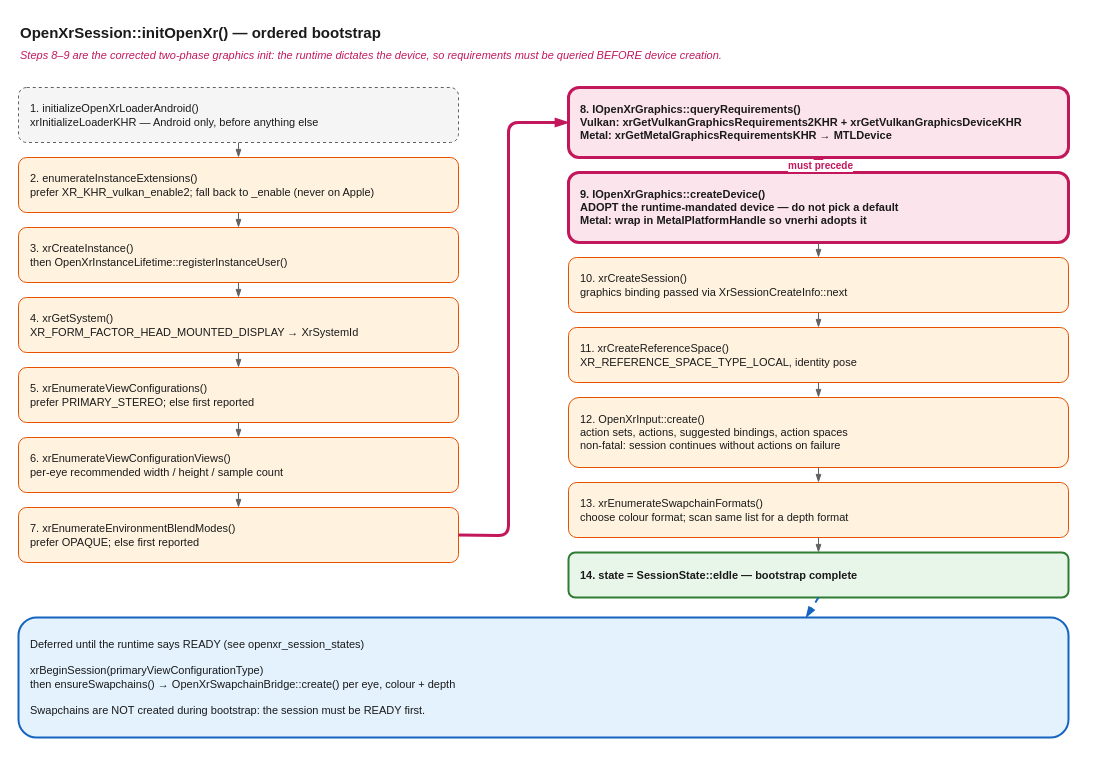
vertexnova/vnexr keeps this draw.io diagram as docs/vertexnova/xr/diagrams/openxr_bootstrap.drawio. Above is the earlier version. Source tidied: cells renumbered, new cells numbered last; positions are measured from the earlier drawing's top-left corner, leaving out a move shared by most shapes. Both pictures are drawn from the tidied source at 100%, with x=0, y=0 at pixel (18, 17).
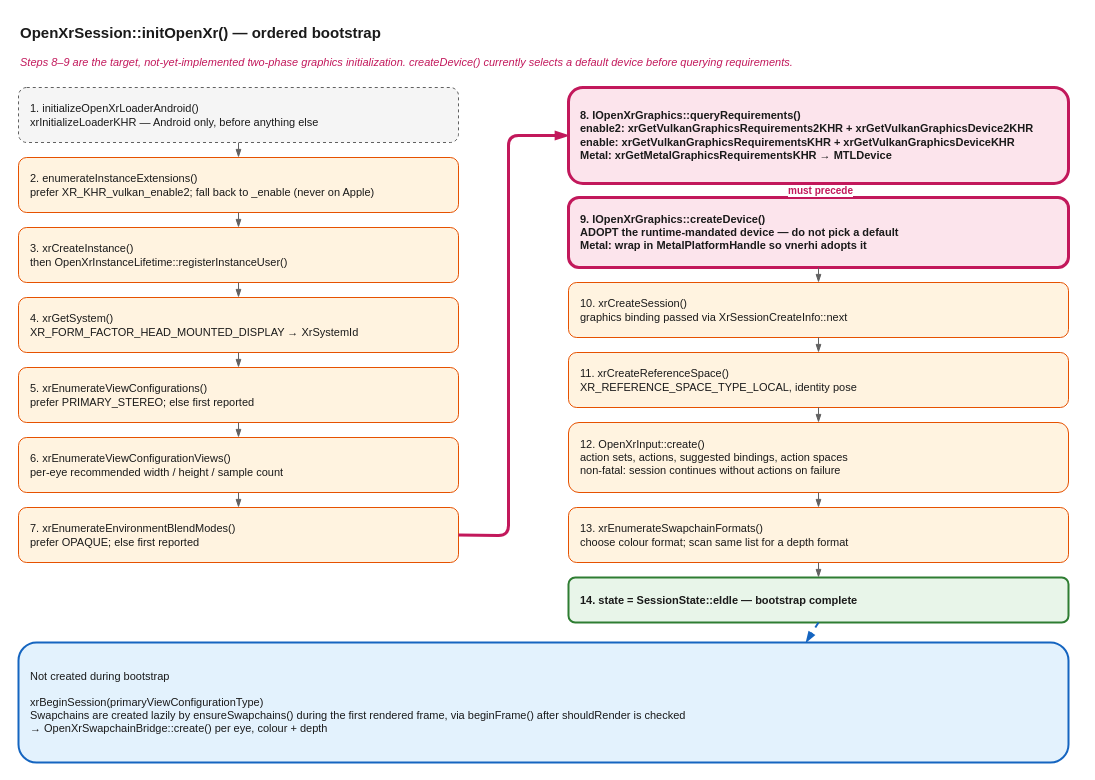
Above is the later version.

Commit message (it also covers changes not shown here):
Enhance OpenXR session management and update diagrams

The change refers to these unchanged cells:
```xml
<mxCell id="10" value="7. xrEnumerateEnvironmentBlendModes()&#10;prefer OPAQUE; else first reported" style="rounded=1;whiteSpace=wrap;html=1;fillColor=#fff3e0;strokeColor=#e65100;fontSize=11;align=left;spacingLeft=10;fontColor=#1a1a1a;" parent="1" vertex="1">
  <mxGeometry y="490" width="440" height="55" as="geometry" />
</mxCell>
```

Diff of the diagram source:
```diff
@@
-    <mxCell id="3" value="Steps 8–9 are the corrected two-phase graphics init: the runtime dictates the device, so requirements must be queried BEFORE device creation." style="text;html=1;align=left;verticalAlign=middle;fontSize=11;fontStyle=2;fontColor=#c2185b;" parent="1" vertex="1">
-      <mxGeometry y="28" width="1060" height="20" as="geometry" />
+    <mxCell id="3" value="Steps 8–9 are the target, not-yet-implemented two-phase graphics initialization. createDevice() currently selects a default device before querying requirements." style="text;html=1;align=left;verticalAlign=middle;fontSize=11;fontStyle=2;fontColor=#c2185b;" parent="1" vertex="1">
+      <mxGeometry y="28" width="1060" height="34" as="geometry" />
     </mxCell>
@@
-    <mxCell id="11" value="8. IOpenXrGraphics::queryRequirements()&#10;Vulkan: xrGetVulkanGraphicsRequirements2KHR + xrGetVulkanGraphicsDeviceKHR&#10;Metal:  xrGetMetalGraphicsRequirementsKHR → MTLDevice" style="rounded=1;whiteSpace=wrap;html=1;fillColor=#fce4ec;strokeColor=#c2185b;strokeWidth=3;fontSize=11;align=left;spacingLeft=10;fontStyle=1;fontColor=#1a1a1a;" parent="1" vertex="1">
-      <mxGeometry x="550" y="70" width="500" height="70" as="geometry" />
+    <mxCell id="11" value="8. IOpenXrGraphics::queryRequirements()&#10;enable2: xrGetVulkanGraphicsRequirements2KHR + xrGetVulkanGraphicsDevice2KHR&#10;enable: xrGetVulkanGraphicsRequirementsKHR + xrGetVulkanGraphicsDeviceKHR&#10;Metal:  xrGetMetalGraphicsRequirementsKHR → MTLDevice" style="rounded=1;whiteSpace=wrap;html=1;fillColor=#fce4ec;strokeColor=#c2185b;strokeWidth=3;fontSize=11;align=left;spacingLeft=10;fontStyle=1;fontColor=#1a1a1a;" parent="1" vertex="1">
+      <mxGeometry x="550" y="70" width="500" height="96" as="geometry" />
     </mxCell>
     <mxCell id="12" value="9. IOpenXrGraphics::createDevice()&#10;ADOPT the runtime-mandated device — do not pick a default&#10;Metal: wrap in MetalPlatformHandle so vnerhi adopts it" style="rounded=1;whiteSpace=wrap;html=1;fillColor=#fce4ec;strokeColor=#c2185b;strokeWidth=3;fontSize=11;align=left;spacingLeft=10;fontStyle=1;fontColor=#1a1a1a;" parent="1" vertex="1">
-      <mxGeometry x="550" y="155" width="500" height="70" as="geometry" />
+      <mxGeometry x="550" y="180" width="500" height="70" as="geometry" />
     </mxCell>
     <mxCell id="13" value="10. xrCreateSession()&#10;graphics binding passed via XrSessionCreateInfo::next" style="rounded=1;whiteSpace=wrap;html=1;fillColor=#fff3e0;strokeColor=#e65100;fontSize=11;align=left;spacingLeft=10;fontColor=#1a1a1a;" parent="1" vertex="1">
-      <mxGeometry x="550" y="240" width="500" height="55" as="geometry" />
+      <mxGeometry x="550" y="265" width="500" height="55" as="geometry" />
     </mxCell>
     <mxCell id="14" value="11. xrCreateReferenceSpace()&#10;XR_REFERENCE_SPACE_TYPE_LOCAL, identity pose" style="rounded=1;whiteSpace=wrap;html=1;fillColor=#fff3e0;strokeColor=#e65100;fontSize=11;align=left;spacingLeft=10;fontColor=#1a1a1a;" parent="1" vertex="1">
-      <mxGeometry x="550" y="310" width="500" height="55" as="geometry" />
+      <mxGeometry x="550" y="335" width="500" height="55" as="geometry" />
     </mxCell>
     <mxCell id="15" value="12. OpenXrInput::create()&#10;action sets, actions, suggested bindings, action spaces&#10;non-fatal: session continues without actions on failure" style="rounded=1;whiteSpace=wrap;html=1;fillColor=#fff3e0;strokeColor=#e65100;fontSize=11;align=left;spacingLeft=10;fontColor=#1a1a1a;" parent="1" vertex="1">
-      <mxGeometry x="550" y="380" width="500" height="70" as="geometry" />
+      <mxGeometry x="550" y="405" width="500" height="70" as="geometry" />
     </mxCell>
     <mxCell id="16" value="13. xrEnumerateSwapchainFormats()&#10;choose colour format; scan same list for a depth format" style="rounded=1;whiteSpace=wrap;html=1;fillColor=#fff3e0;strokeColor=#e65100;fontSize=11;align=left;spacingLeft=10;fontColor=#1a1a1a;" parent="1" vertex="1">
-      <mxGeometry x="550" y="465" width="500" height="55" as="geometry" />
+      <mxGeometry x="550" y="490" width="500" height="55" as="geometry" />
     </mxCell>
     <mxCell id="17" value="14. state = SessionState::eIdle — bootstrap complete" style="rounded=1;whiteSpace=wrap;html=1;fillColor=#e8f5e9;strokeColor=#2e7d32;strokeWidth=2;fontSize=11;align=left;spacingLeft=10;fontStyle=1;fontColor=#1a1a1a;" parent="1" vertex="1">
-      <mxGeometry x="550" y="535" width="500" height="45" as="geometry" />
+      <mxGeometry x="550" y="560" width="500" height="45" as="geometry" />
     </mxCell>
-    <mxCell id="18" value="Deferred until the runtime says READY (see openxr_session_states)&#10;&#10;xrBeginSession(primaryViewConfigurationType)&#10;then ensureSwapchains() → OpenXrSwapchainBridge::create() per eye, colour + depth&#10;&#10;Swapchains are NOT created during bootstrap: the session must be READY first." style="rounded=1;whiteSpace=wrap;html=1;fillColor=#e3f2fd;strokeColor=#1565c0;strokeWidth=2;fontSize=11;align=left;spacingLeft=10;fontColor=#1a1a1a;" parent="1" vertex="1">
-      <mxGeometry y="600" width="1050" height="120" as="geometry" />
+    <mxCell id="18" value="Not created during bootstrap&#10;&#10;xrBeginSession(primaryViewConfigurationType)&#10;Swapchains are created lazily by ensureSwapchains() during the first rendered frame, via beginFrame() after shouldRender is checked&#10;→ OpenXrSwapchainBridge::create() per eye, colour + depth" style="rounded=1;whiteSpace=wrap;html=1;fillColor=#e3f2fd;strokeColor=#1565c0;strokeWidth=2;fontSize=11;align=left;spacingLeft=10;fontColor=#1a1a1a;" parent="1" vertex="1">
+      <mxGeometry y="625" width="1050" height="120" as="geometry" />
     </mxCell>
@@
     <mxCell id="25" style="endArrow=blockThin;endFill=1;html=1;strokeWidth=3;strokeColor=#c2185b;exitX=1;exitY=0.5;exitDx=0;exitDy=0;entryX=0;entryY=0.5;entryDx=0;entryDy=0;" parent="1" edge="1" source="10" target="11">
       <mxGeometry relative="1" as="geometry">
         <Array as="points">
           <mxPoint x="490" y="518" />
-          <mxPoint x="490" y="105" />
+          <mxPoint x="490" y="118" />
         </Array>
       </mxGeometry>
     </mxCell>
```
